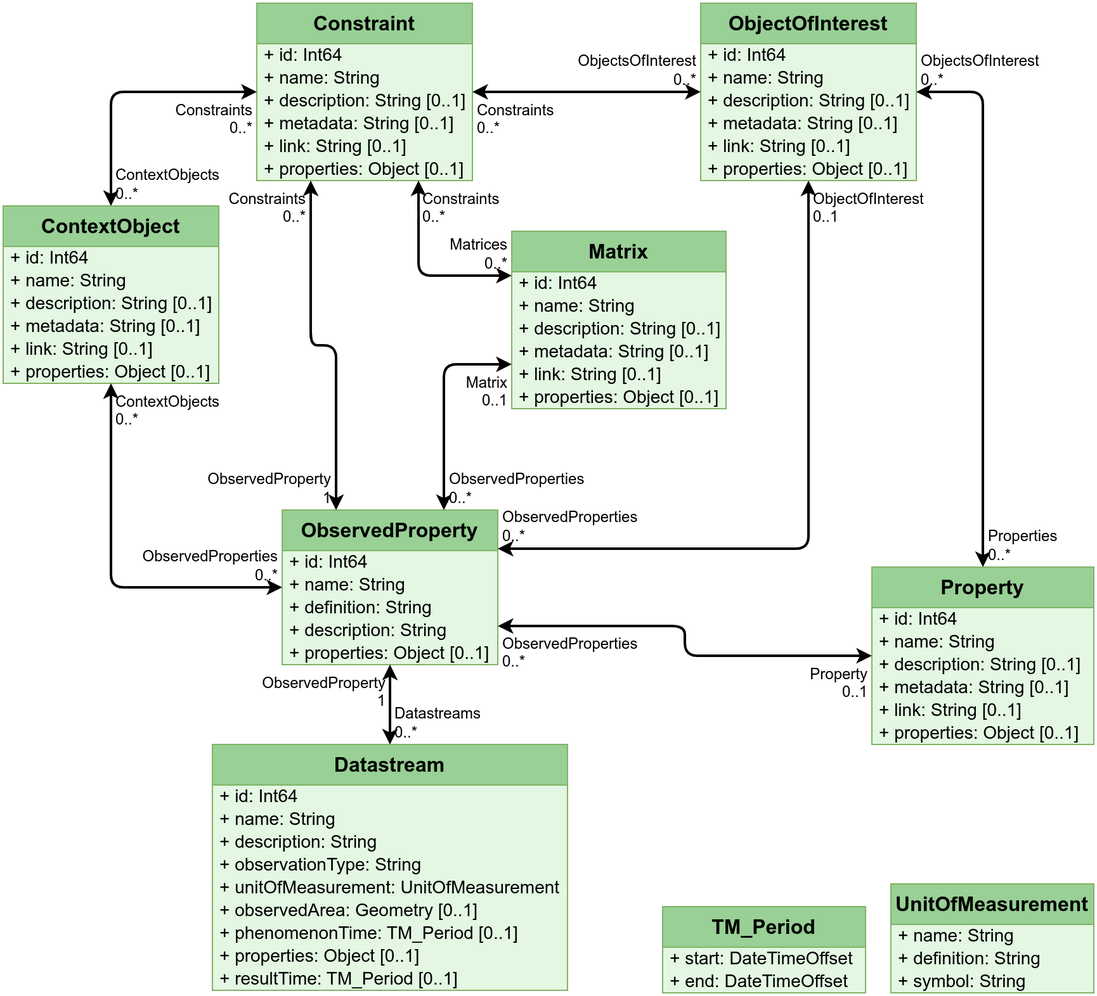
The draw.io diagram Datamodel-ObservableProperies.drawio.png in hylkevds/FROST-Server.ObservableProperty, before a commit. Source tidied: cells renumbered, new cells last; positions are measured from the earlier drawing's top-left corner, leaving out a move shared by most shapes.
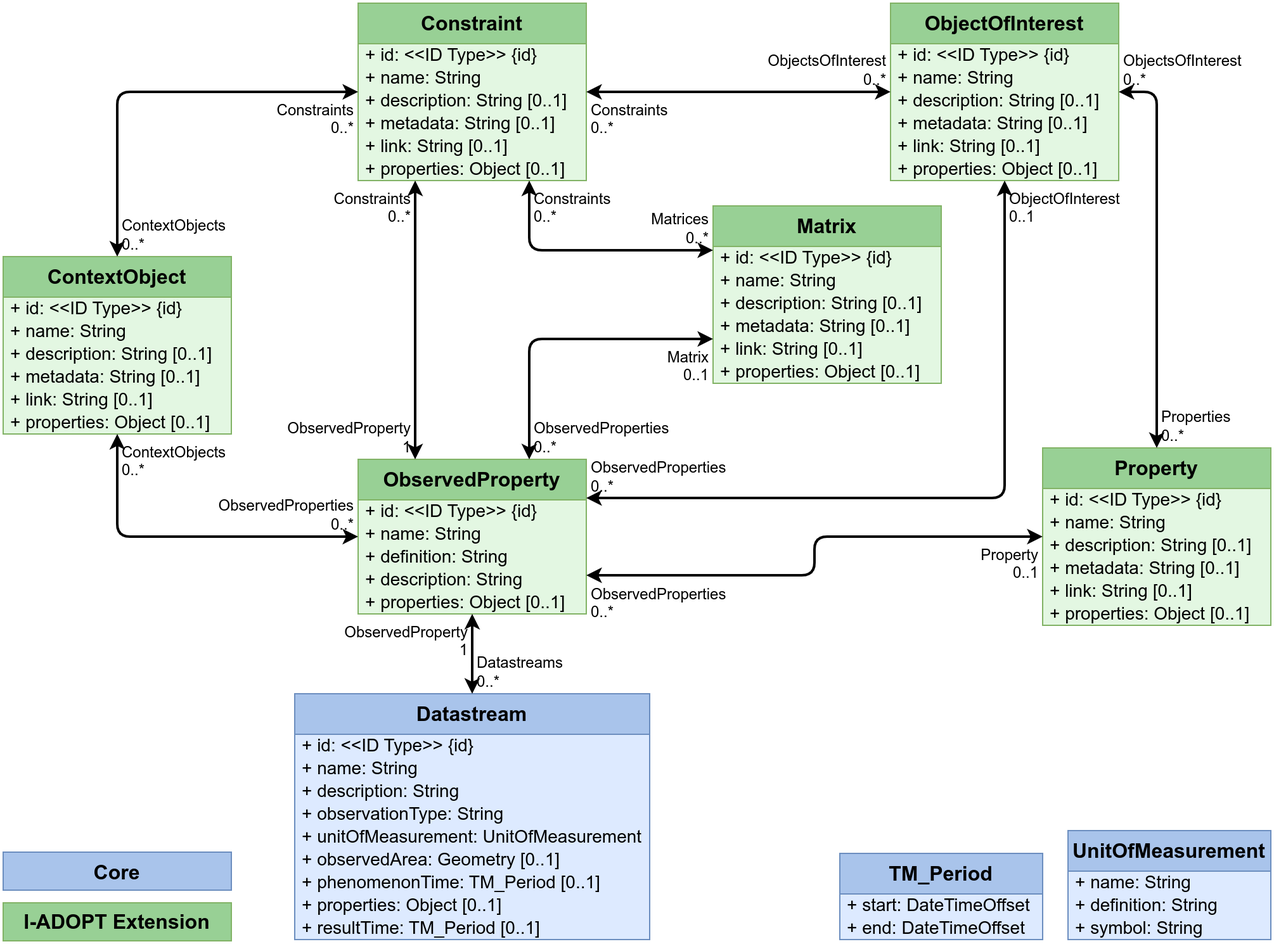
The same file after the commit.

Commit message:
Updated ids in the UML diagram

The edit, as a diff of the source:
```diff
@@ -5,42 +5,42 @@
     <mxCell id="2" value="Constraint" style="swimlane;fontStyle=1;horizontal=1;startSize=32;fontSize=16;whiteSpace=wrap;html=1;fillColor=#98D095;strokeColor=#82b366;swimlaneFillColor=#E3F7E2;" parent="1" vertex="1">
-      <mxGeometry x="200" width="170" height="140" as="geometry" />
+      <mxGeometry x="220" y="40" width="180" height="140" as="geometry" />
     </mxCell>
-    <mxCell id="3" value="+&amp;nbsp;id: Int64" style="text;strokeColor=none;fillColor=none;align=left;verticalAlign=middle;spacingLeft=4;spacingRight=4;overflow=visible;html=1;fontSize=14;" parent="2" vertex="1">
-      <mxGeometry y="32" width="170" height="18" as="geometry" />
+    <mxCell id="3" value="+&amp;nbsp;id: &amp;lt;&amp;lt;ID Type&amp;gt;&amp;gt; {id}" style="text;strokeColor=none;fillColor=none;align=left;verticalAlign=middle;spacingLeft=4;spacingRight=4;overflow=visible;html=1;fontSize=14;" parent="2" vertex="1">
+      <mxGeometry y="32" width="180" height="18" as="geometry" />
     </mxCell>
     <mxCell id="4" value="+ name: String" style="text;strokeColor=none;fillColor=none;align=left;verticalAlign=middle;spacingLeft=4;spacingRight=4;overflow=visible;html=1;fontSize=14;" parent="2" vertex="1">
-      <mxGeometry y="50" width="170" height="18" as="geometry" />
+      <mxGeometry y="50" width="180" height="18" as="geometry" />
     </mxCell>
     <mxCell id="5" value="+&amp;nbsp;description: String [0..1]" style="text;strokeColor=none;fillColor=none;align=left;verticalAlign=middle;spacingLeft=4;spacingRight=4;overflow=visible;html=1;fontSize=14;" parent="2" vertex="1">
-      <mxGeometry y="68" width="170" height="18" as="geometry" />
+      <mxGeometry y="68" width="180" height="18" as="geometry" />
     </mxCell>
     <mxCell id="6" value="+&amp;nbsp;metadata: String&amp;nbsp;[0..1]" style="text;strokeColor=none;fillColor=none;align=left;verticalAlign=middle;spacingLeft=4;spacingRight=4;overflow=visible;html=1;fontSize=14;" parent="2" vertex="1">
-      <mxGeometry y="86" width="170" height="18" as="geometry" />
+      <mxGeometry y="86" width="180" height="18" as="geometry" />
     </mxCell>
     <mxCell id="7" value="+&amp;nbsp;link: String&amp;nbsp;[0..1]" style="text;strokeColor=none;fillColor=none;align=left;verticalAlign=middle;spacingLeft=4;spacingRight=4;overflow=visible;html=1;fontSize=14;" parent="2" vertex="1">
-      <mxGeometry y="104" width="170" height="18" as="geometry" />
+      <mxGeometry y="104" width="180" height="18" as="geometry" />
     </mxCell>
     <mxCell id="8" value="+&amp;nbsp;properties: Object&amp;nbsp;[0..1]" style="text;strokeColor=none;fillColor=none;align=left;verticalAlign=middle;spacingLeft=4;spacingRight=4;overflow=visible;html=1;fontSize=14;" parent="2" vertex="1">
-      <mxGeometry y="122" width="170" height="18" as="geometry" />
+      <mxGeometry y="122" width="180" height="18" as="geometry" />
     </mxCell>
     <mxCell id="9" value="ContextObject" style="swimlane;fontStyle=1;horizontal=1;startSize=32;fontSize=16;whiteSpace=wrap;html=1;fillColor=#98D095;strokeColor=#82b366;swimlaneFillColor=#E3F7E2;" parent="1" vertex="1">
-      <mxGeometry y="160" width="170" height="140" as="geometry" />
+      <mxGeometry x="-60" y="240" width="180" height="140" as="geometry" />
     </mxCell>
-    <mxCell id="10" value="+ id: Int64" style="text;strokeColor=none;fillColor=none;align=left;verticalAlign=middle;spacingLeft=4;spacingRight=4;overflow=visible;html=1;fontSize=14;" parent="9" vertex="1">
-      <mxGeometry y="32" width="170" height="18" as="geometry" />
+    <mxCell id="10" value="+ id: &amp;lt;&amp;lt;ID Type&amp;gt;&amp;gt; {id}" style="text;strokeColor=none;fillColor=none;align=left;verticalAlign=middle;spacingLeft=4;spacingRight=4;overflow=visible;html=1;fontSize=14;" parent="9" vertex="1">
+      <mxGeometry y="32" width="180" height="18" as="geometry" />
     </mxCell>
     <mxCell id="11" value="+ name: String" style="text;strokeColor=none;fillColor=none;align=left;verticalAlign=middle;spacingLeft=4;spacingRight=4;overflow=visible;html=1;fontSize=14;" parent="9" vertex="1">
-      <mxGeometry y="50" width="170" height="18" as="geometry" />
+      <mxGeometry y="50" width="180" height="18" as="geometry" />
     </mxCell>
     <mxCell id="12" value="+ description: String [0..1]" style="text;strokeColor=none;fillColor=none;align=left;verticalAlign=middle;spacingLeft=4;spacingRight=4;overflow=visible;html=1;fontSize=14;" parent="9" vertex="1">
-      <mxGeometry y="68" width="170" height="18" as="geometry" />
+      <mxGeometry y="68" width="180" height="18" as="geometry" />
     </mxCell>
     <mxCell id="13" value="+ metadata: String [0..1]" style="text;strokeColor=none;fillColor=none;align=left;verticalAlign=middle;spacingLeft=4;spacingRight=4;overflow=visible;html=1;fontSize=14;" parent="9" vertex="1">
-      <mxGeometry y="86" width="170" height="18" as="geometry" />
+      <mxGeometry y="86" width="180" height="18" as="geometry" />
     </mxCell>
     <mxCell id="14" value="+ link: String [0..1]" style="text;strokeColor=none;fillColor=none;align=left;verticalAlign=middle;spacingLeft=4;spacingRight=4;overflow=visible;html=1;fontSize=14;" parent="9" vertex="1">
-      <mxGeometry y="104" width="170" height="18" as="geometry" />
+      <mxGeometry y="104" width="180" height="18" as="geometry" />
     </mxCell>
     <mxCell id="15" value="+ properties: Object [0..1]" style="text;strokeColor=none;fillColor=none;align=left;verticalAlign=middle;spacingLeft=4;spacingRight=4;overflow=visible;html=1;fontSize=14;" parent="9" vertex="1">
-      <mxGeometry y="122" width="170" height="18" as="geometry" />
+      <mxGeometry y="122" width="180" height="18" as="geometry" />
     </mxCell>
@@ -55,6 +55,6 @@
     </mxCell>
-    <mxCell id="19" value="Datastream" style="swimlane;fontStyle=1;horizontal=1;startSize=32;fontSize=16;whiteSpace=wrap;html=1;fillColor=#98D095;strokeColor=#82b366;swimlaneFillColor=#E3F7E2;" parent="1" vertex="1">
-      <mxGeometry x="165" y="585" width="280" height="194" as="geometry" />
+    <mxCell id="19" value="Datastream" style="swimlane;fontStyle=1;horizontal=1;startSize=32;fontSize=16;whiteSpace=wrap;html=1;fillColor=#A9C4EB;strokeColor=#6c8ebf;swimlaneFillColor=#DDEAFF;verticalAlign=top;" parent="1" vertex="1">
+      <mxGeometry x="170" y="585" width="280" height="194" as="geometry" />
     </mxCell>
-    <mxCell id="20" value="+ id: Int64" style="text;strokeColor=none;fillColor=none;align=left;verticalAlign=middle;spacingLeft=4;spacingRight=4;overflow=visible;html=1;fontSize=14;" parent="19" vertex="1">
+    <mxCell id="20" value="+ id: &amp;lt;&amp;lt;ID Type&amp;gt;&amp;gt; {id}" style="text;strokeColor=none;fillColor=none;align=left;verticalAlign=middle;spacingLeft=4;spacingRight=4;overflow=visible;html=1;fontSize=14;" parent="19" vertex="1">
       <mxGeometry y="32" width="280" height="18" as="geometry" />
@@ -86,21 +86,21 @@
     <mxCell id="29" value="Matrix" style="swimlane;fontStyle=1;horizontal=1;startSize=32;fontSize=16;whiteSpace=wrap;html=1;fillColor=#98D095;strokeColor=#82b366;swimlaneFillColor=#E3F7E2;" parent="1" vertex="1">
-      <mxGeometry x="401" y="180" width="169" height="140" as="geometry" />
+      <mxGeometry x="500" y="200" width="180" height="140" as="geometry" />
     </mxCell>
-    <mxCell id="30" value="+ id: Int64" style="text;strokeColor=none;fillColor=none;align=left;verticalAlign=middle;spacingLeft=4;spacingRight=4;overflow=visible;html=1;fontSize=14;" parent="29" vertex="1">
-      <mxGeometry y="32" width="169" height="18" as="geometry" />
+    <mxCell id="30" value="+ id: &amp;lt;&amp;lt;ID Type&amp;gt;&amp;gt; {id}" style="text;strokeColor=none;fillColor=none;align=left;verticalAlign=middle;spacingLeft=4;spacingRight=4;overflow=visible;html=1;fontSize=14;" parent="29" vertex="1">
+      <mxGeometry y="32" width="180" height="18" as="geometry" />
     </mxCell>
     <mxCell id="31" value="+ name: String" style="text;strokeColor=none;fillColor=none;align=left;verticalAlign=middle;spacingLeft=4;spacingRight=4;overflow=visible;html=1;fontSize=14;" parent="29" vertex="1">
-      <mxGeometry y="50" width="169" height="18" as="geometry" />
+      <mxGeometry y="50" width="180" height="18" as="geometry" />
     </mxCell>
     <mxCell id="32" value="+ description: String [0..1]" style="text;strokeColor=none;fillColor=none;align=left;verticalAlign=middle;spacingLeft=4;spacingRight=4;overflow=visible;html=1;fontSize=14;" parent="29" vertex="1">
-      <mxGeometry y="68" width="169" height="18" as="geometry" />
+      <mxGeometry y="68" width="180" height="18" as="geometry" />
     </mxCell>
     <mxCell id="33" value="+ metadata: String [0..1]" style="text;strokeColor=none;fillColor=none;align=left;verticalAlign=middle;spacingLeft=4;spacingRight=4;overflow=visible;html=1;fontSize=14;" parent="29" vertex="1">
-      <mxGeometry y="86" width="169" height="18" as="geometry" />
+      <mxGeometry y="86" width="180" height="18" as="geometry" />
     </mxCell>
     <mxCell id="34" value="+ link: String [0..1]" style="text;strokeColor=none;fillColor=none;align=left;verticalAlign=middle;spacingLeft=4;spacingRight=4;overflow=visible;html=1;fontSize=14;" parent="29" vertex="1">
-      <mxGeometry y="104" width="169" height="18" as="geometry" />
+      <mxGeometry y="104" width="180" height="18" as="geometry" />
     </mxCell>
     <mxCell id="35" value="+ properties: Object [0..1]" style="text;strokeColor=none;fillColor=none;align=left;verticalAlign=middle;spacingLeft=4;spacingRight=4;overflow=visible;html=1;fontSize=14;" parent="29" vertex="1">
-      <mxGeometry y="122" width="169" height="18" as="geometry" />
+      <mxGeometry y="122" width="180" height="18" as="geometry" />
     </mxCell>
@@ -116,21 +116,21 @@
     <mxCell id="39" value="ObjectOfInterest" style="swimlane;fontStyle=1;horizontal=1;startSize=32;fontSize=16;whiteSpace=wrap;html=1;fillColor=#98D095;strokeColor=#82b366;swimlaneFillColor=#E3F7E2;" parent="1" vertex="1">
-      <mxGeometry x="550" width="170" height="140" as="geometry" />
+      <mxGeometry x="640" y="40" width="180" height="140" as="geometry" />
     </mxCell>
-    <mxCell id="40" value="+ id: Int64" style="text;strokeColor=none;fillColor=none;align=left;verticalAlign=middle;spacingLeft=4;spacingRight=4;overflow=visible;html=1;fontSize=14;" parent="39" vertex="1">
-      <mxGeometry y="32" width="170" height="18" as="geometry" />
+    <mxCell id="40" value="+ id: &amp;lt;&amp;lt;ID Type&amp;gt;&amp;gt; {id}" style="text;strokeColor=none;fillColor=none;align=left;verticalAlign=middle;spacingLeft=4;spacingRight=4;overflow=visible;html=1;fontSize=14;" parent="39" vertex="1">
+      <mxGeometry y="32" width="180" height="18" as="geometry" />
     </mxCell>
     <mxCell id="41" value="+ name: String" style="text;strokeColor=none;fillColor=none;align=left;verticalAlign=middle;spacingLeft=4;spacingRight=4;overflow=visible;html=1;fontSize=14;" parent="39" vertex="1">
-      <mxGeometry y="50" width="170" height="18" as="geometry" />
+      <mxGeometry y="50" width="180" height="18" as="geometry" />
     </mxCell>
     <mxCell id="42" value="+ description: String [0..1]" style="text;strokeColor=none;fillColor=none;align=left;verticalAlign=middle;spacingLeft=4;spacingRight=4;overflow=visible;html=1;fontSize=14;" parent="39" vertex="1">
-      <mxGeometry y="68" width="170" height="18" as="geometry" />
+      <mxGeometry y="68" width="180" height="18" as="geometry" />
     </mxCell>
     <mxCell id="43" value="+ metadata: String [0..1]" style="text;strokeColor=none;fillColor=none;align=left;verticalAlign=middle;spacingLeft=4;spacingRight=4;overflow=visible;html=1;fontSize=14;" parent="39" vertex="1">
-      <mxGeometry y="86" width="170" height="18" as="geometry" />
+      <mxGeometry y="86" width="180" height="18" as="geometry" />
     </mxCell>
     <mxCell id="44" value="+ link: String [0..1]" style="text;strokeColor=none;fillColor=none;align=left;verticalAlign=middle;spacingLeft=4;spacingRight=4;overflow=visible;html=1;fontSize=14;" parent="39" vertex="1">
-      <mxGeometry y="104" width="170" height="18" as="geometry" />
+      <mxGeometry y="104" width="180" height="18" as="geometry" />
     </mxCell>
     <mxCell id="45" value="+ properties: Object [0..1]" style="text;strokeColor=none;fillColor=none;align=left;verticalAlign=middle;spacingLeft=4;spacingRight=4;overflow=visible;html=1;fontSize=14;" parent="39" vertex="1">
-      <mxGeometry y="122" width="170" height="18" as="geometry" />
+      <mxGeometry y="122" width="180" height="18" as="geometry" />
     </mxCell>
@@ -146,18 +146,18 @@
     <mxCell id="49" value="ObservedProperty" style="swimlane;fontStyle=1;horizontal=1;startSize=32;fontSize=16;whiteSpace=wrap;html=1;fillColor=#98D095;strokeColor=#82b366;swimlaneFillColor=#E3F7E2;" parent="1" vertex="1">
-      <mxGeometry x="220" y="400" width="170" height="122" as="geometry" />
+      <mxGeometry x="220" y="400" width="180" height="122" as="geometry" />
     </mxCell>
-    <mxCell id="50" value="+ id: Int64" style="text;strokeColor=none;fillColor=none;align=left;verticalAlign=middle;spacingLeft=4;spacingRight=4;overflow=visible;html=1;fontSize=14;" parent="49" vertex="1">
-      <mxGeometry y="32" width="170" height="18" as="geometry" />
+    <mxCell id="50" value="+ id: &amp;lt;&amp;lt;ID Type&amp;gt;&amp;gt; {id}" style="text;strokeColor=none;fillColor=none;align=left;verticalAlign=middle;spacingLeft=4;spacingRight=4;overflow=visible;html=1;fontSize=14;" parent="49" vertex="1">
+      <mxGeometry y="32" width="180" height="18" as="geometry" />
     </mxCell>
     <mxCell id="51" value="+ name: String" style="text;strokeColor=none;fillColor=none;align=left;verticalAlign=middle;spacingLeft=4;spacingRight=4;overflow=visible;html=1;fontSize=14;" parent="49" vertex="1">
-      <mxGeometry y="50" width="170" height="18" as="geometry" />
+      <mxGeometry y="50" width="180" height="18" as="geometry" />
     </mxCell>
     <mxCell id="52" value="+ definition: String" style="text;strokeColor=none;fillColor=none;align=left;verticalAlign=middle;spacingLeft=4;spacingRight=4;overflow=visible;html=1;fontSize=14;" parent="49" vertex="1">
-      <mxGeometry y="68" width="170" height="18" as="geometry" />
+      <mxGeometry y="68" width="180" height="18" as="geometry" />
     </mxCell>
     <mxCell id="53" value="+ description: String" style="text;strokeColor=none;fillColor=none;align=left;verticalAlign=middle;spacingLeft=4;spacingRight=4;overflow=visible;html=1;fontSize=14;" parent="49" vertex="1">
-      <mxGeometry y="86" width="170" height="18" as="geometry" />
+      <mxGeometry y="86" width="180" height="18" as="geometry" />
     </mxCell>
     <mxCell id="54" value="+ properties: Object [0..1]" style="text;strokeColor=none;fillColor=none;align=left;verticalAlign=middle;spacingLeft=4;spacingRight=4;overflow=visible;html=1;fontSize=14;" parent="49" vertex="1">
-      <mxGeometry y="104" width="170" height="18" as="geometry" />
+      <mxGeometry y="104" width="180" height="18" as="geometry" />
     </mxCell>
@@ -209,21 +209,21 @@
     <mxCell id="70" value="Property" style="swimlane;fontStyle=1;horizontal=1;startSize=32;fontSize=16;whiteSpace=wrap;html=1;fillColor=#98D095;strokeColor=#82b366;swimlaneFillColor=#E3F7E2;" parent="1" vertex="1">
-      <mxGeometry x="685" y="445" width="175" height="140" as="geometry" />
+      <mxGeometry x="760" y="391" width="180" height="140" as="geometry" />
     </mxCell>
-    <mxCell id="71" value="+ id: Int64" style="text;strokeColor=none;fillColor=none;align=left;verticalAlign=middle;spacingLeft=4;spacingRight=4;overflow=visible;html=1;fontSize=14;" parent="70" vertex="1">
-      <mxGeometry y="32" width="175" height="18" as="geometry" />
+    <mxCell id="71" value="+ id: &amp;lt;&amp;lt;ID Type&amp;gt;&amp;gt; {id}" style="text;strokeColor=none;fillColor=none;align=left;verticalAlign=middle;spacingLeft=4;spacingRight=4;overflow=visible;html=1;fontSize=14;" parent="70" vertex="1">
+      <mxGeometry y="32" width="180" height="18" as="geometry" />
     </mxCell>
     <mxCell id="72" value="+ name: String" style="text;strokeColor=none;fillColor=none;align=left;verticalAlign=middle;spacingLeft=4;spacingRight=4;overflow=visible;html=1;fontSize=14;" parent="70" vertex="1">
-      <mxGeometry y="50" width="175" height="18" as="geometry" />
+      <mxGeometry y="50" width="180" height="18" as="geometry" />
     </mxCell>
     <mxCell id="73" value="+ description: String [0..1]" style="text;strokeColor=none;fillColor=none;align=left;verticalAlign=middle;spacingLeft=4;spacingRight=4;overflow=visible;html=1;fontSize=14;" parent="70" vertex="1">
-      <mxGeometry y="68" width="175" height="18" as="geometry" />
+      <mxGeometry y="68" width="180" height="18" as="geometry" />
     </mxCell>
     <mxCell id="74" value="+ metadata: String [0..1]" style="text;strokeColor=none;fillColor=none;align=left;verticalAlign=middle;spacingLeft=4;spacingRight=4;overflow=visible;html=1;fontSize=14;" parent="70" vertex="1">
-      <mxGeometry y="86" width="175" height="18" as="geometry" />
+      <mxGeometry y="86" width="180" height="18" as="geometry" />
     </mxCell>
     <mxCell id="75" value="+ link: String [0..1]" style="text;strokeColor=none;fillColor=none;align=left;verticalAlign=middle;spacingLeft=4;spacingRight=4;overflow=visible;html=1;fontSize=14;" parent="70" vertex="1">
-      <mxGeometry y="104" width="175" height="18" as="geometry" />
+      <mxGeometry y="104" width="180" height="18" as="geometry" />
     </mxCell>
     <mxCell id="76" value="+ properties: Object [0..1]" style="text;strokeColor=none;fillColor=none;align=left;verticalAlign=middle;spacingLeft=4;spacingRight=4;overflow=visible;html=1;fontSize=14;" parent="70" vertex="1">
-      <mxGeometry y="122" width="175" height="18" as="geometry" />
+      <mxGeometry y="122" width="180" height="18" as="geometry" />
     </mxCell>
@@ -247,4 +247,4 @@
     </mxCell>
-    <mxCell id="83" value="TM_Period" style="swimlane;fontStyle=1;horizontal=1;startSize=32;fontSize=16;whiteSpace=wrap;html=1;fillColor=#98D095;strokeColor=#82b366;swimlaneFillColor=#E3F7E2;" parent="1" vertex="1">
-      <mxGeometry x="520" y="713" width="160" height="68" as="geometry" />
+    <mxCell id="83" value="TM_Period" style="swimlane;fontStyle=1;horizontal=1;startSize=32;fontSize=16;whiteSpace=wrap;html=1;fillColor=#A9C4EB;strokeColor=#6c8ebf;swimlaneFillColor=#DDEAFF;verticalAlign=top;" parent="1" vertex="1">
+      <mxGeometry x="600" y="711" width="160" height="68" as="geometry" />
     </mxCell>
@@ -256,4 +256,4 @@
     </mxCell>
-    <mxCell id="86" value="UnitOfMeasurement" style="swimlane;fontStyle=1;horizontal=1;startSize=32;fontSize=16;whiteSpace=wrap;html=1;fillColor=#98D095;strokeColor=#82b366;swimlaneFillColor=#E3F7E2;" parent="1" vertex="1">
-      <mxGeometry x="700" y="695" width="160" height="86" as="geometry" />
+    <mxCell id="86" value="UnitOfMeasurement" style="swimlane;fontStyle=1;horizontal=1;startSize=32;fontSize=16;whiteSpace=wrap;html=1;fillColor=#A9C4EB;strokeColor=#6c8ebf;swimlaneFillColor=#DDEAFF;verticalAlign=top;" parent="1" vertex="1">
+      <mxGeometry x="780" y="693" width="160" height="86" as="geometry" />
     </mxCell>
@@ -268,2 +268,8 @@
     </mxCell>
+    <mxCell id="90" value="Core" style="rounded=0;whiteSpace=wrap;html=1;labelBackgroundColor=none;fillColor=#A9C4EB;strokeColor=#6c8ebf;fontStyle=1;fontSize=16;align=center;verticalAlign=top;swimlaneFillColor=#DDEAFF;fontFamily=Helvetica;fontColor=default;" parent="1" vertex="1">
+      <mxGeometry x="-60" y="710" width="180" height="30" as="geometry" />
+    </mxCell>
+    <mxCell id="91" value="I-ADOPT Extension" style="rounded=0;whiteSpace=wrap;html=1;labelBackgroundColor=none;fillColor=#98D095;strokeColor=#82b366;fontStyle=1;fontSize=16;verticalAlign=middle;startSize=32;swimlaneFillColor=#E3F7E2;align=center;fontFamily=Helvetica;fontColor=default;" parent="1" vertex="1">
+      <mxGeometry x="-60" y="750" width="180" height="30" as="geometry" />
+    </mxCell>
   </root>
```
